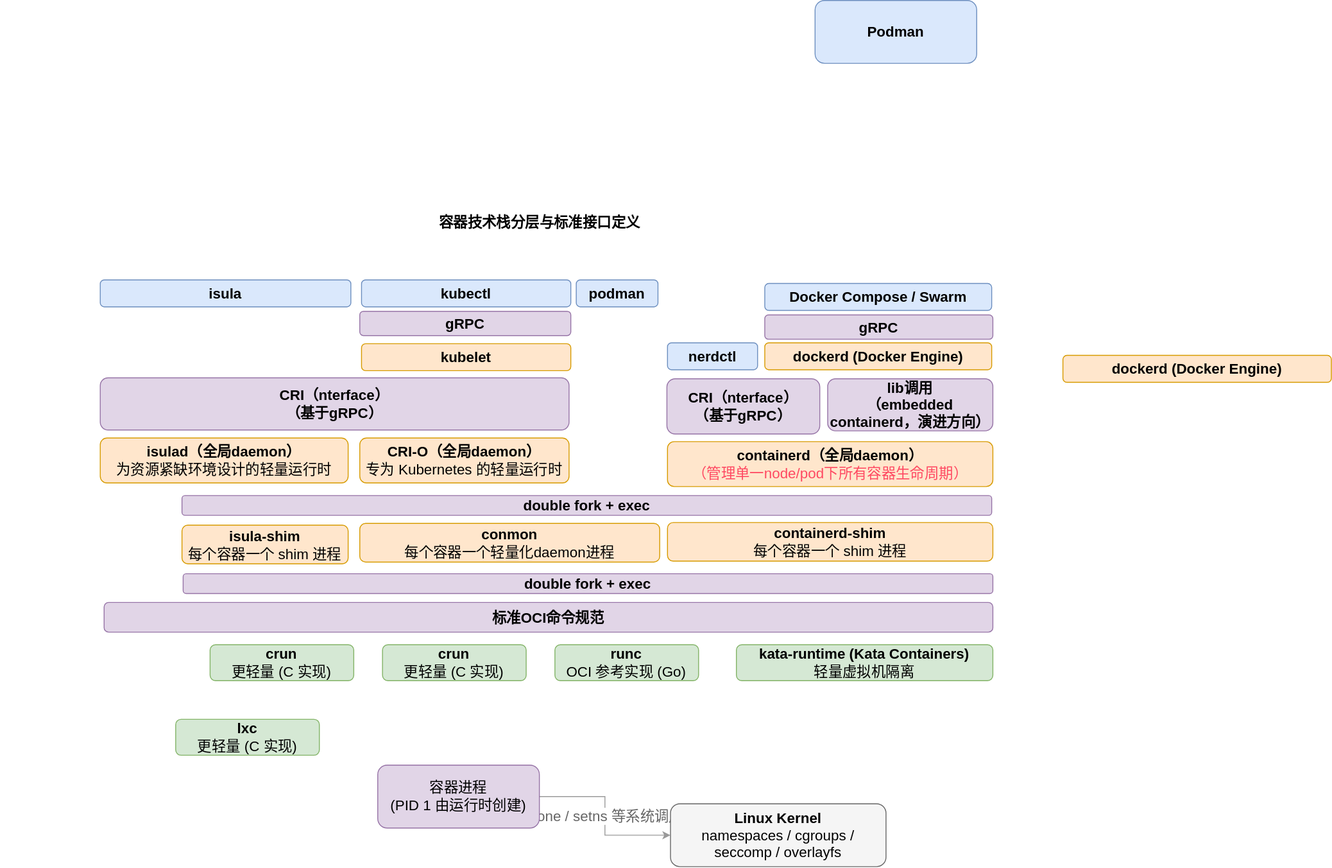
Before: container-overview.drawio.svg, a diagram exported from draw.io (Mechanicu/Cprog). Source tidied: cells renumbered, new cells last; positions are measured from the earlier drawing's top-left corner, leaving out a move shared by most shapes.
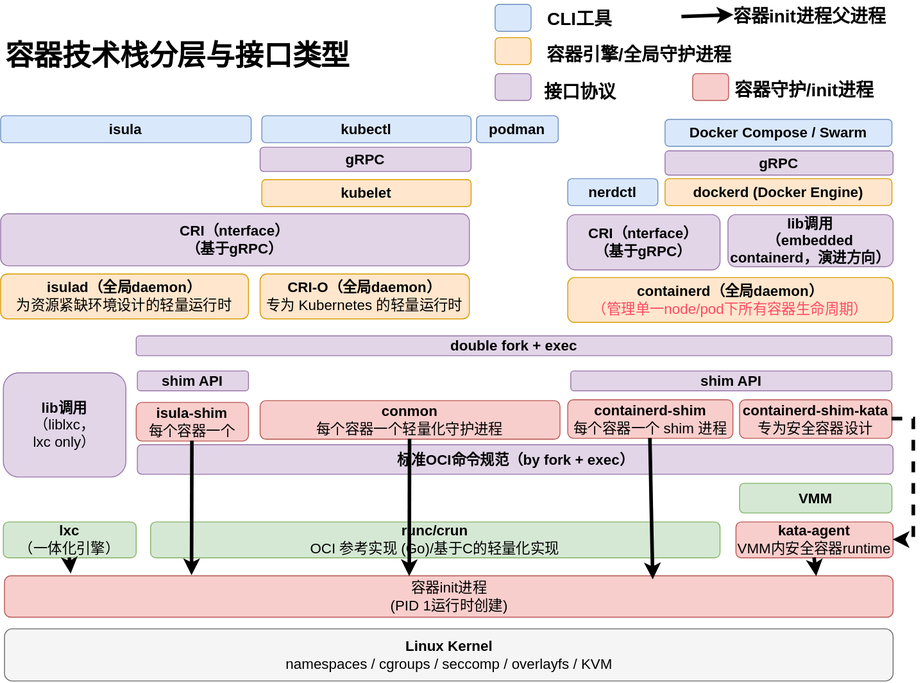
After the commit.

Change to the diagram source:
```diff
@@ -2,40 +2,26 @@
   <root>
     <mxCell id="0" />
     <mxCell id="1" parent="0" />
-    <mxCell id="2" value="容器技术栈分层与标准接口定义" style="text;html=1;fontSize=16;fontStyle=1;align=center;" parent="1" vertex="1">
-      <mxGeometry y="231" width="1200" height="40" as="geometry" />
+    <mxCell id="2" value="&lt;font style=&quot;font-size: 32px;&quot;&gt;容器技术栈分层与接口类型&lt;/font&gt;" style="text;html=1;fontSize=16;fontStyle=1;align=center;" parent="1" vertex="1">
+      <mxGeometry x="111" y="173" width="394" height="61.5" as="geometry" />
     </mxCell>
-    <mxCell id="3" value="clone / setns 等系统调用" style="strokeColor=#999999;fontSize=16;fontColor=#666666;edgeStyle=orthogonalEdgeStyle;rounded=0;libavoidRouting=1;jettySize=auto;html=1;" parent="1" edge="1" source="7" target="8">
-      <mxGeometry relative="1" as="geometry">
-        <Array as="points">
-          <mxPoint x="673" y="886" />
-          <mxPoint x="673" y="929" />
-        </Array>
-      </mxGeometry>
-    </mxCell>
-    <mxCell id="4" value="&lt;b&gt;runc&lt;/b&gt;&lt;br&gt;OCI 参考实现 (Go)" style="rounded=1;whiteSpace=wrap;html=1;fillColor=#d5e8d4;strokeColor=#82b366;fontSize=16;" parent="1" vertex="1">
-      <mxGeometry x="617.3" y="717" width="160" height="40" as="geometry" />
+    <mxCell id="4" value="&lt;b&gt;runc/crun&lt;/b&gt;&lt;br&gt;OCI 参考实现 (Go)/基于C的轻量化实现" style="rounded=1;whiteSpace=wrap;html=1;fillColor=#d5e8d4;strokeColor=#82b366;fontSize=16;" parent="1" vertex="1">
+      <mxGeometry x="278" y="717" width="634.2" height="40" as="geometry" />
     </mxCell>
-    <mxCell id="5" value="&lt;b&gt;crun&lt;/b&gt;&lt;br&gt;更轻量 (C 实现)" style="rounded=1;whiteSpace=wrap;html=1;fillColor=#d5e8d4;strokeColor=#82b366;fontSize=16;" parent="1" vertex="1">
-      <mxGeometry x="425.3" y="717" width="160" height="40" as="geometry" />
-    </mxCell>
-    <mxCell id="6" value="&lt;b&gt;kata-runtime (Kata Containers)&lt;/b&gt;&lt;br&gt;轻量虚拟机隔离" style="rounded=1;whiteSpace=wrap;html=1;fillColor=#d5e8d4;strokeColor=#82b366;fontSize=16;" parent="1" vertex="1">
-      <mxGeometry x="819.4" y="717" width="285.6" height="40" as="geometry" />
+    <mxCell id="6" value="&lt;b&gt;kata-agent&lt;/b&gt;&lt;br&gt;VMM内安全容器runtime" style="rounded=1;whiteSpace=wrap;html=1;fillColor=#f8cecc;strokeColor=#b85450;fontSize=16;" parent="1" vertex="1">
+      <mxGeometry x="930" y="717" width="175" height="40" as="geometry" />
     </mxCell>
-    <mxCell id="7" value="容器进程&lt;br&gt;(PID 1 由运行时创建)" style="rounded=1;whiteSpace=wrap;html=1;fillColor=#e1d5e7;strokeColor=#9673a6;fontSize=16;" parent="1" vertex="1">
-      <mxGeometry x="420" y="851" width="180" height="70" as="geometry" />
+    <mxCell id="7" value="容器init进程&lt;br&gt;(PID 1运行时创建)" style="rounded=1;whiteSpace=wrap;html=1;fillColor=#f8cecc;strokeColor=#b85450;fontSize=16;" parent="1" vertex="1">
+      <mxGeometry x="115.3" y="777" width="989.7" height="46" as="geometry" />
     </mxCell>
-    <mxCell id="8" value="&lt;b&gt;Linux Kernel&lt;/b&gt;&lt;br&gt;namespaces / cgroups / seccomp / overlayfs" style="rounded=1;whiteSpace=wrap;html=1;fillColor=#f5f5f5;strokeColor=#666666;fontSize=16;" parent="1" vertex="1">
-      <mxGeometry x="746" y="894" width="240" height="70" as="geometry" />
+    <mxCell id="8" value="&lt;b&gt;Linux Kernel&lt;/b&gt;&lt;br&gt;namespaces / cgroups / seccomp / overlayfs / KVM" style="rounded=1;whiteSpace=wrap;html=1;fillColor=#f5f5f5;strokeColor=#666666;fontSize=16;" parent="1" vertex="1">
+      <mxGeometry x="115.3" y="836" width="989.7" height="58" as="geometry" />
     </mxCell>
-    <mxCell id="9" value="&lt;b&gt;标准OCI命令规范&lt;/b&gt;" style="rounded=1;whiteSpace=wrap;html=1;fillColor=#e1d5e7;strokeColor=#9673a6;fontSize=16;" parent="1" vertex="1">
-      <mxGeometry x="115.3" y="670" width="989.7" height="33" as="geometry" />
+    <mxCell id="9" value="&lt;b&gt;标准OCI命令规范（by fork + exec）&lt;/b&gt;" style="rounded=1;whiteSpace=wrap;html=1;fillColor=#e1d5e7;strokeColor=#9673a6;fontSize=16;" parent="1" vertex="1">
+      <mxGeometry x="263.3" y="631" width="841.7" height="33" as="geometry" />
     </mxCell>
-    <mxCell id="10" value="&lt;b&gt;Podman&lt;/b&gt;" style="rounded=1;whiteSpace=wrap;html=1;fillColor=#dae8fc;strokeColor=#6c8ebf;fontSize=16;" parent="1" vertex="1">
-      <mxGeometry x="907" width="180" height="70" as="geometry" />
-    </mxCell>
     <mxCell id="11" style="group;" parent="1" vertex="1">
-      <mxGeometry x="400" y="337" width="235" height="200" as="geometry" />
+      <mxGeometry x="400" y="291" width="235" height="200" as="geometry" />
     </mxCell>
     <mxCell id="12" value="&lt;b&gt;CRI-O（全局daemon）&lt;/b&gt;&lt;br&gt;专为 Kubernetes 的轻量运行时" style="rounded=1;whiteSpace=wrap;html=1;fillColor=#ffe6cc;strokeColor=#d79b00;fontSize=16;" parent="11" vertex="1">
       <mxGeometry y="150" width="233.1" height="50" as="geometry" />
@@ -50,64 +36,126 @@
       <mxGeometry y="9" width="235" height="27" as="geometry" />
     </mxCell>
     <mxCell id="16" style="group;" parent="1" vertex="1">
-      <mxGeometry x="742" y="341" width="363" height="283" as="geometry" />
+      <mxGeometry x="742" y="341" width="375.9" height="283" as="geometry" />
     </mxCell>
     <mxCell id="17" value="&lt;b&gt;dockerd (Docker Engine)&lt;/b&gt;" style="rounded=1;whiteSpace=wrap;html=1;fillColor=#ffe6cc;strokeColor=#d79b00;fontSize=16;" parent="16" vertex="1">
-      <mxGeometry x="109" y="40" width="252.7" height="30" as="geometry" />
+      <mxGeometry x="109" y="-6" width="252.7" height="30" as="geometry" />
     </mxCell>
     <mxCell id="18" value="&lt;b&gt;containerd（全局daemon）&lt;/b&gt;&lt;br&gt;&lt;span style=&quot;color: rgb(255, 73, 98);&quot;&gt;（管理单一node/pod下所有容器生命周期）&lt;/span&gt;" style="rounded=1;whiteSpace=wrap;html=1;fillColor=#ffe6cc;strokeColor=#d79b00;fontSize=16;" parent="16" vertex="1">
-      <mxGeometry x="0.7" y="150" width="362.3" height="50" as="geometry" />
+      <mxGeometry x="0.7" y="104" width="362.3" height="50" as="geometry" />
     </mxCell>
-    <mxCell id="19" value="&lt;b&gt;containerd-shim&lt;/b&gt;&lt;br&gt;每个容器一个 shim 进程" style="rounded=1;whiteSpace=wrap;html=1;fillColor=#ffe6cc;strokeColor=#d79b00;fontSize=16;" parent="16" vertex="1">
-      <mxGeometry x="0.6" y="240" width="362.4" height="43" as="geometry" />
+    <mxCell id="19" value="&lt;b&gt;containerd-shim&lt;/b&gt;&lt;br&gt;每个容器一个 shim 进程" style="rounded=1;whiteSpace=wrap;html=1;fillColor=#f8cecc;strokeColor=#b85450;fontSize=16;" parent="16" vertex="1">
+      <mxGeometry x="0.7" y="240" width="183.9" height="43" as="geometry" />
     </mxCell>
     <mxCell id="20" value="&lt;b&gt;nerdctl&lt;/b&gt;" style="rounded=1;whiteSpace=wrap;html=1;fillColor=#dae8fc;strokeColor=#6c8ebf;fontSize=16;" parent="16" vertex="1">
-      <mxGeometry x="0.7" y="40" width="100.3" height="30" as="geometry" />
+      <mxGeometry x="0.7" y="-6" width="100.3" height="30" as="geometry" />
     </mxCell>
     <mxCell id="21" value="&lt;b&gt;CRI（nterface）&lt;/b&gt;&lt;div&gt;&lt;b&gt;（基于gRPC）&lt;/b&gt;&lt;/div&gt;" style="rounded=1;whiteSpace=wrap;html=1;fillColor=#e1d5e7;strokeColor=#9673a6;fontSize=16;" parent="16" vertex="1">
-      <mxGeometry y="80" width="170.2" height="61.5" as="geometry" />
+      <mxGeometry y="34" width="170.2" height="61.5" as="geometry" />
     </mxCell>
     <mxCell id="22" value="&lt;b&gt;lib调用&lt;/b&gt;&lt;div&gt;&lt;b&gt;（embedded containerd，演进方向）&lt;/b&gt;&lt;/div&gt;" style="rounded=1;whiteSpace=wrap;html=1;fillColor=#e1d5e7;strokeColor=#9673a6;fontSize=16;" parent="16" vertex="1">
-      <mxGeometry x="179.1" y="80" width="183.9" height="58" as="geometry" />
+      <mxGeometry x="179.1" y="34" width="183.9" height="58" as="geometry" />
     </mxCell>
     <mxCell id="23" value="&lt;b&gt;gRPC&lt;/b&gt;" style="rounded=1;whiteSpace=wrap;html=1;fillColor=#e1d5e7;strokeColor=#9673a6;fontSize=16;" parent="16" vertex="1">
-      <mxGeometry x="109" y="9" width="254" height="27" as="geometry" />
+      <mxGeometry x="109" y="-37" width="254" height="27" as="geometry" />
     </mxCell>
+    <mxCell id="36" value="&lt;b&gt;containerd-shim-kata&lt;/b&gt;&lt;br&gt;专为安全容器设计" style="rounded=1;whiteSpace=wrap;html=1;fillColor=#f8cecc;strokeColor=#b85450;fontSize=16;" parent="16" vertex="1">
+      <mxGeometry x="192" y="240" width="169.7" height="43" as="geometry" />
+    </mxCell>
-    <mxCell id="24" value="&lt;b&gt;conmon&lt;/b&gt;&lt;div&gt;每个容器一个轻量化daemon进程&lt;span style=&quot;background-color: transparent; white-space: nowrap; color: rgba(0, 0, 0, 0); font-family: monospace; font-size: 0px; text-align: start;&quot;&gt;3CmxGraphModel%3E%3Croot%3E%3CmxCell%20id%3D%220%22%2F%3E%3CmxCell%20id%3D%221%22%20parent%3D%220%22%2F%3E%3CmxCell%20id%3D%222%22%20parent%3D%221%22%20style%3D%22rounded%3D1%3BwhiteSpace%3Dwrap%3Bhtml%3D1%3BfillColor%3D%23ffe6cc%3BstrokeColor%3D%23d79b00%3BfontSize%3D16%3B%22%20value%3D%22%26lt%3Bb%26gt%3Bcontainerd-shim%26lt%3B%2Fb%26gt%3B%26lt%3Bbr%26gt%3B%E6%AF%8F%E4%B8%AA%E5%AE%B9%E5%99%A8%E4%B8%80%E4%B8%AA%20shim%20%E8%BF%9B%E7%A8%8B%22%20vertex%3D%221%22%3E%3CmxGeometry%20height%3D%2270%22%20width%3D%22477.14336917562724%22%20x%3D%22639.8566308243728%22%20y%3D%22323%22%20as%3D%22geometry%22%2F%3E%3C%2FmxCell%3E%3C%2Froot%3E%3C%2FmxGraphModel%3&lt;/span&gt;&lt;span style=&quot;background-color: transparent; white-space: nowrap; color: rgba(0, 0, 0, 0); font-family: monospace; font-size: 0px; text-align: start;&quot;&gt;%3CmxGraphModel%3E%3Croot%3E%3CmxCell%20id%3D%220%22%2F%3E%3CmxCell%20id%3D%221%22%20parent%3D%220%22%2F%3E%3CmxCell%20id%3D%222%22%20parent%3D%221%22%20style%3D%22rounded%3D1%3BwhiteSpace%3Dwrap%3Bhtml%3D1%3BfillColor%3D%23ffe6cc%3BstrokeColor%3D%23d79b00%3BfontSize%3D16%3B%22%20value%3D%22%26lt%3Bb%26gt%3Bcontainerd-shim%26lt%3B%2Fb%26gt%3B%26lt%3Bbr%26gt%3B%E6%AF%8F%E4%B8%AA%E5%AE%B9%E5%99%A8%E4%B8%80%E4%B8%AA%20shim%20%E8%BF%9B%E7%A8%8B%22%20vertex%3D%221%22%3E%3CmxGeometry%20height%3D%2270%22%20width%3D%22477.14336917562724%22%20x%3D%22639.8566308243728%22%20y%3D%22323%22%20as%3D%22geometry%22%2F%3E%3C%2FmxCell%3E%3C%2Froot%3E%3C%2FmxGraphModel%3E&lt;/span&gt;&lt;/div&gt;" style="rounded=1;whiteSpace=wrap;html=1;fillColor=#ffe6cc;strokeColor=#d79b00;fontSize=16;" parent="1" vertex="1">
+    <mxCell id="24" value="&lt;b&gt;conmon&lt;/b&gt;&lt;div&gt;每个容器一个轻量化守护进程&lt;span style=&quot;background-color: transparent; white-space: nowrap; color: rgba(0, 0, 0, 0); font-family: monospace; font-size: 0px; text-align: start;&quot;&gt;3CmxGraphModel%3E%3Croot%3E%3CmxCell%20id%3D%220%22%2F%3E%3CmxCell%20id%3D%221%22%20parent%3D%220%22%2F%3E%3CmxCell%20id%3D%222%22%20parent%3D%221%22%20style%3D%22rounded%3D1%3BwhiteSpace%3Dwrap%3Bhtml%3D1%3BfillColor%3D%23ffe6cc%3BstrokeColor%3D%23d79b00%3BfontSize%3D16%3B%22%20value%3D%22%26lt%3Bb%26gt%3Bcontainerd-shim%26lt%3B%2Fb%26gt%3B%26lt%3Bbr%26gt%3B%E6%AF%8F%E4%B8%AA%E5%AE%B9%E5%99%A8%E4%B8%80%E4%B8%AA%20shim%20%E8%BF%9B%E7%A8%8B%22%20vertex%3D%221%22%3E%3CmxGeometry%20height%3D%2270%22%20width%3D%22477.14336917562724%22%20x%3D%22639.8566308243728%22%20y%3D%22323%22%20as%3D%22geometry%22%2F%3E%3C%2FmxCell%3E%3C%2Froot%3E%3C%2FmxGraphModel%3&lt;/span&gt;&lt;span style=&quot;background-color: transparent; white-space: nowrap; color: rgba(0, 0, 0, 0); font-family: monospace; font-size: 0px; text-align: start;&quot;&gt;%3CmxGraphModel%3E%3Croot%3E%3CmxCell%20id%3D%220%22%2F%3E%3CmxCell%20id%3D%221%22%20parent%3D%220%22%2F%3E%3CmxCell%20id%3D%222%22%20parent%3D%221%22%20style%3D%22rounded%3D1%3BwhiteSpace%3Dwrap%3Bhtml%3D1%3BfillColor%3D%23ffe6cc%3BstrokeColor%3D%23d79b00%3BfontSize%3D16%3B%22%20value%3D%22%26lt%3Bb%26gt%3Bcontainerd-shim%26lt%3B%2Fb%26gt%3B%26lt%3Bbr%26gt%3B%E6%AF%8F%E4%B8%AA%E5%AE%B9%E5%99%A8%E4%B8%80%E4%B8%AA%20shim%20%E8%BF%9B%E7%A8%8B%22%20vertex%3D%221%22%3E%3CmxGeometry%20height%3D%2270%22%20width%3D%22477.14336917562724%22%20x%3D%22639.8566308243728%22%20y%3D%22323%22%20as%3D%22geometry%22%2F%3E%3C%2FmxCell%3E%3C%2Froot%3E%3C%2FmxGraphModel%3E&lt;/span&gt;&lt;/div&gt;" style="rounded=1;whiteSpace=wrap;html=1;fillColor=#f8cecc;strokeColor=#b85450;fontSize=16;" parent="1" vertex="1">
       <mxGeometry x="400" y="582" width="334" height="43" as="geometry" />
     </mxCell>
-    <mxCell id="25" value="&lt;b&gt;crun&lt;/b&gt;&lt;br&gt;更轻量 (C 实现)" style="rounded=1;whiteSpace=wrap;html=1;fillColor=#d5e8d4;strokeColor=#82b366;fontSize=16;" parent="1" vertex="1">
-      <mxGeometry x="233.3" y="717" width="160" height="40" as="geometry" />
-    </mxCell>
-    <mxCell id="26" value="&lt;b&gt;dockerd (Docker Engine)&lt;/b&gt;" style="rounded=1;whiteSpace=wrap;html=1;fillColor=#ffe6cc;strokeColor=#d79b00;fontSize=16;" parent="1" vertex="1">
-      <mxGeometry x="1183" y="395" width="299" height="30" as="geometry" />
-    </mxCell>
-    <mxCell id="27" value="&lt;b&gt;double fork + exec&lt;/b&gt;" style="rounded=1;whiteSpace=wrap;html=1;fillColor=#e1d5e7;strokeColor=#9673a6;fontSize=16;" parent="1" vertex="1">
-      <mxGeometry x="202" y="551" width="901.7" height="22" as="geometry" />
-    </mxCell>
     <mxCell id="28" value="&lt;b&gt;isulad（全局daemon）&lt;/b&gt;&lt;div&gt;为资源紧缺环境设计的轻量运行时&lt;/div&gt;" style="rounded=1;whiteSpace=wrap;html=1;fillColor=#ffe6cc;strokeColor=#d79b00;fontSize=16;" parent="1" vertex="1">
-      <mxGeometry x="111" y="487" width="276.1" height="50" as="geometry" />
+      <mxGeometry x="111" y="441" width="276.1" height="50" as="geometry" />
     </mxCell>
-    <mxCell id="29" value="&lt;b&gt;isula-shim&lt;/b&gt;&lt;div&gt;每个容器一个 shim 进程&lt;/div&gt;" style="rounded=1;whiteSpace=wrap;html=1;fillColor=#ffe6cc;strokeColor=#d79b00;fontSize=16;" parent="1" vertex="1">
-      <mxGeometry x="202" y="584" width="185.1" height="43" as="geometry" />
+    <mxCell id="29" value="&lt;b&gt;isula-shim&lt;/b&gt;&lt;div&gt;每个容器一个&lt;/div&gt;" style="rounded=1;whiteSpace=wrap;html=1;fillColor=#f8cecc;strokeColor=#b85450;fontSize=16;" parent="1" vertex="1">
+      <mxGeometry x="262" y="584" width="125.1" height="43" as="geometry" />
     </mxCell>
     <mxCell id="30" value="&lt;b&gt;kubectl&lt;/b&gt;" style="rounded=1;whiteSpace=wrap;html=1;fillColor=#dae8fc;strokeColor=#6c8ebf;fontSize=16;" parent="1" vertex="1">
-      <mxGeometry x="401.9" y="311" width="233.1" height="30" as="geometry" />
+      <mxGeometry x="401.9" y="265" width="233.1" height="30" as="geometry" />
     </mxCell>
     <mxCell id="31" value="&lt;b&gt;podman&lt;/b&gt;" style="rounded=1;whiteSpace=wrap;html=1;fillColor=#dae8fc;strokeColor=#6c8ebf;fontSize=16;" parent="1" vertex="1">
-      <mxGeometry x="641.1" y="311" width="91" height="30" as="geometry" />
+      <mxGeometry x="641.1" y="265" width="91" height="30" as="geometry" />
     </mxCell>
     <mxCell id="32" value="&lt;b&gt;Docker Compose / Swarm&lt;/b&gt;" style="rounded=1;whiteSpace=wrap;html=1;fillColor=#dae8fc;strokeColor=#6c8ebf;fontSize=16;" parent="1" vertex="1">
-      <mxGeometry x="851" y="315" width="252.7" height="30" as="geometry" />
+      <mxGeometry x="851" y="269" width="252.7" height="30" as="geometry" />
     </mxCell>
     <mxCell id="33" value="&lt;b&gt;isula&lt;/b&gt;" style="rounded=1;whiteSpace=wrap;html=1;fillColor=#dae8fc;strokeColor=#6c8ebf;fontSize=16;" parent="1" vertex="1">
-      <mxGeometry x="111" y="311" width="279.1" height="30" as="geometry" />
+      <mxGeometry x="111" y="265" width="279.1" height="30" as="geometry" />
     </mxCell>
-    <mxCell id="34" value="&lt;b&gt;lxc&lt;/b&gt;&lt;br&gt;更轻量 (C 实现)" style="rounded=1;whiteSpace=wrap;html=1;fillColor=#d5e8d4;strokeColor=#82b366;fontSize=16;" parent="1" vertex="1">
-      <mxGeometry x="195" y="800" width="160" height="40" as="geometry" />
+    <mxCell id="34" value="&lt;b&gt;lxc&lt;/b&gt;&lt;br&gt;（一体化引擎）" style="rounded=1;whiteSpace=wrap;html=1;fillColor=#d5e8d4;strokeColor=#82b366;fontSize=16;" parent="1" vertex="1">
+      <mxGeometry x="114" y="717" width="148" height="40" as="geometry" />
     </mxCell>
-    <mxCell id="35" value="&lt;b&gt;double fork + exec&lt;/b&gt;" style="rounded=1;whiteSpace=wrap;html=1;fillColor=#e1d5e7;strokeColor=#9673a6;fontSize=16;" parent="1" vertex="1">
-      <mxGeometry x="203.3" y="638" width="901.7" height="22" as="geometry" />
-    </mxCell>
+    <mxCell id="37" value="&lt;b&gt;lib调用&lt;/b&gt;&lt;div&gt;（liblxc，&lt;/div&gt;&lt;div&gt;lxc only）&lt;/div&gt;" style="rounded=1;whiteSpace=wrap;html=1;fillColor=#e1d5e7;strokeColor=#9673a6;fontSize=16;" parent="1" vertex="1">
+      <mxGeometry x="114" y="551" width="136.5" height="116" as="geometry" />
+    </mxCell>
+    <mxCell id="38" value="&lt;b&gt;VMM&lt;/b&gt;" style="rounded=1;whiteSpace=wrap;html=1;fillColor=#d5e8d4;strokeColor=#82b366;fontSize=16;" parent="1" vertex="1">
+      <mxGeometry x="934" y="674" width="169.7" height="33" as="geometry" />
+    </mxCell>
+    <mxCell id="39" style="endArrow=classic;html=1;rounded=0;strokeWidth=4;exitX=0.5;exitY=1;exitDx=0;exitDy=0;entryX=0.914;entryY=0.016;entryDx=0;entryDy=0;entryPerimeter=0;" parent="1" edge="1" source="6" target="7">
+      <mxGeometry relative="1" as="geometry" />
+    </mxCell>
+    <mxCell id="40" style="endArrow=classic;html=1;rounded=0;strokeWidth=4;exitX=0.5;exitY=1;exitDx=0;exitDy=0;entryX=0.73;entryY=0.095;entryDx=0;entryDy=0;entryPerimeter=0;" parent="1" edge="1" source="19" target="7">
+      <mxGeometry relative="1" as="geometry" />
+    </mxCell>
+    <mxCell id="41" style="endArrow=classic;html=1;rounded=0;strokeWidth=4;entryX=0.456;entryY=0.016;entryDx=0;entryDy=0;entryPerimeter=0;" parent="1" edge="1" source="24" target="7">
+      <mxGeometry relative="1" as="geometry" />
+    </mxCell>
+    <mxCell id="42" style="endArrow=classic;html=1;rounded=0;strokeWidth=4;entryX=0.211;entryY=-0.004;entryDx=0;entryDy=0;entryPerimeter=0;exitX=0.5;exitY=1;exitDx=0;exitDy=0;" parent="1" edge="1" source="29" target="7">
+      <mxGeometry relative="1" as="geometry" />
+    </mxCell>
+    <mxCell id="43" style="endArrow=classic;html=1;rounded=0;strokeWidth=4;entryX=0.075;entryY=-0.043;entryDx=0;entryDy=0;entryPerimeter=0;exitX=0.5;exitY=1;exitDx=0;exitDy=0;" parent="1" edge="1" source="34" target="7">
+      <mxGeometry relative="1" as="geometry" />
+    </mxCell>
+    <mxCell id="44" style="rounded=1;whiteSpace=wrap;html=1;fillColor=#dae8fc;strokeColor=#6c8ebf;fontSize=16;" parent="1" vertex="1">
+      <mxGeometry x="661.8" y="141" width="40" height="30" as="geometry" />
+    </mxCell>
+    <mxCell id="45" value="&lt;font style=&quot;font-size: 20px;&quot;&gt;CLI工具&lt;/font&gt;" style="text;html=1;fontSize=16;fontStyle=1;align=center;" parent="1" vertex="1">
+      <mxGeometry x="715.8" y="139" width="80" height="30" as="geometry" />
+    </mxCell>
+    <mxCell id="46" style="rounded=1;whiteSpace=wrap;html=1;fillColor=#e1d5e7;strokeColor=#9673a6;fontSize=16;" parent="1" vertex="1">
+      <mxGeometry x="661.8" y="218" width="40" height="30" as="geometry" />
+    </mxCell>
+    <mxCell id="47" value="&lt;span style=&quot;font-size: 20px;&quot;&gt;接口协议&lt;/span&gt;" style="text;html=1;fontSize=16;fontStyle=1;align=center;" parent="1" vertex="1">
+      <mxGeometry x="715.8" y="220" width="80" height="30" as="geometry" />
+    </mxCell>
+    <mxCell id="48" style="rounded=1;whiteSpace=wrap;html=1;fillColor=#ffe6cc;strokeColor=#d79b00;fontSize=16;" parent="1" vertex="1">
+      <mxGeometry x="661.8" y="178" width="40" height="30" as="geometry" />
+    </mxCell>
+    <mxCell id="49" value="&lt;font style=&quot;font-size: 20px;&quot;&gt;容器引擎/全局守护进程&lt;/font&gt;" style="text;html=1;fontSize=16;fontStyle=1;align=center;" parent="1" vertex="1">
+      <mxGeometry x="707.8" y="179" width="228" height="30" as="geometry" />
+    </mxCell>
+    <mxCell id="50" style="endArrow=classic;html=1;rounded=0;strokeWidth=4;exitX=1;exitY=0.5;exitDx=0;exitDy=0;entryX=1;entryY=0.5;entryDx=0;entryDy=0;edgeStyle=orthogonalEdgeStyle;dashed=1;" parent="1" edge="1" source="36" target="6">
+      <mxGeometry relative="1" as="geometry">
+        <Array as="points">
+          <mxPoint x="1128" y="602.5" />
+          <mxPoint x="1128" y="737" />
+        </Array>
+      </mxGeometry>
+    </mxCell>
+    <mxCell id="27" value="&lt;b&gt;double fork + exec&lt;/b&gt;" style="rounded=1;whiteSpace=wrap;html=1;fillColor=#e1d5e7;strokeColor=#9673a6;fontSize=16;" parent="1" vertex="1">
+      <mxGeometry x="262" y="510" width="841.7" height="22" as="geometry" />
+    </mxCell>
+    <mxCell id="51" value="&lt;b&gt;shim API&lt;/b&gt;" style="rounded=1;whiteSpace=wrap;html=1;fillColor=#e1d5e7;strokeColor=#9673a6;fontSize=16;" parent="1" vertex="1">
+      <mxGeometry x="746" y="549" width="357.7" height="22" as="geometry" />
+    </mxCell>
+    <mxCell id="52" value="&lt;b&gt;shim API&lt;/b&gt;" style="rounded=1;whiteSpace=wrap;html=1;fillColor=#e1d5e7;strokeColor=#9673a6;fontSize=16;" parent="1" vertex="1">
+      <mxGeometry x="263.3" y="549" width="123.8" height="22" as="geometry" />
+    </mxCell>
+    <mxCell id="53" style="rounded=1;whiteSpace=wrap;html=1;fillColor=#f8cecc;strokeColor=#b85450;fontSize=16;" parent="1" vertex="1">
+      <mxGeometry x="881.8" y="218" width="40" height="30" as="geometry" />
+    </mxCell>
+    <mxCell id="54" value="&lt;span style=&quot;font-size: 20px;&quot;&gt;容器守护/init进程&lt;/span&gt;" style="text;html=1;fontSize=16;fontStyle=1;align=center;" parent="1" vertex="1">
+      <mxGeometry x="913.8" y="218" width="183.9" height="30" as="geometry" />
+    </mxCell>
+    <mxCell id="55" style="endArrow=classic;html=1;rounded=0;strokeWidth=4;" parent="1" edge="1">
+      <mxGeometry relative="1" as="geometry">
+        <mxPoint x="869.8" y="155" as="sourcePoint" />
+        <mxPoint x="927.8" y="153" as="targetPoint" />
+      </mxGeometry>
+    </mxCell>
+    <mxCell id="56" value="&lt;span style=&quot;font-size: 20px;&quot;&gt;容器init进程父进程&lt;/span&gt;" style="text;html=1;fontSize=16;fontStyle=1;align=center;" parent="1" vertex="1">
+      <mxGeometry x="919.8" y="136" width="183.9" height="30" as="geometry" />
+    </mxCell>
   </root>
 </mxGraphModel>
```
